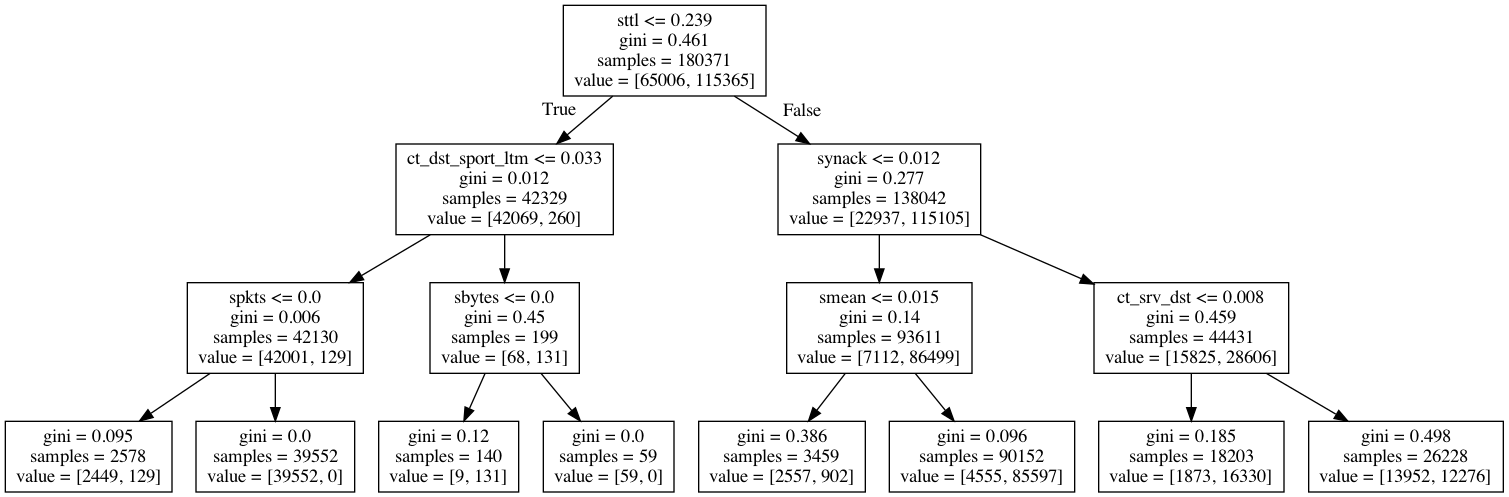
Earlier version of the Graphviz export 5.ML_Models/baseline/images/decisionTree.png (divyaKh/CMPE255Project). Its source is kept beside it as 5.ML_Models/baseline/images/decisionTree.dot.
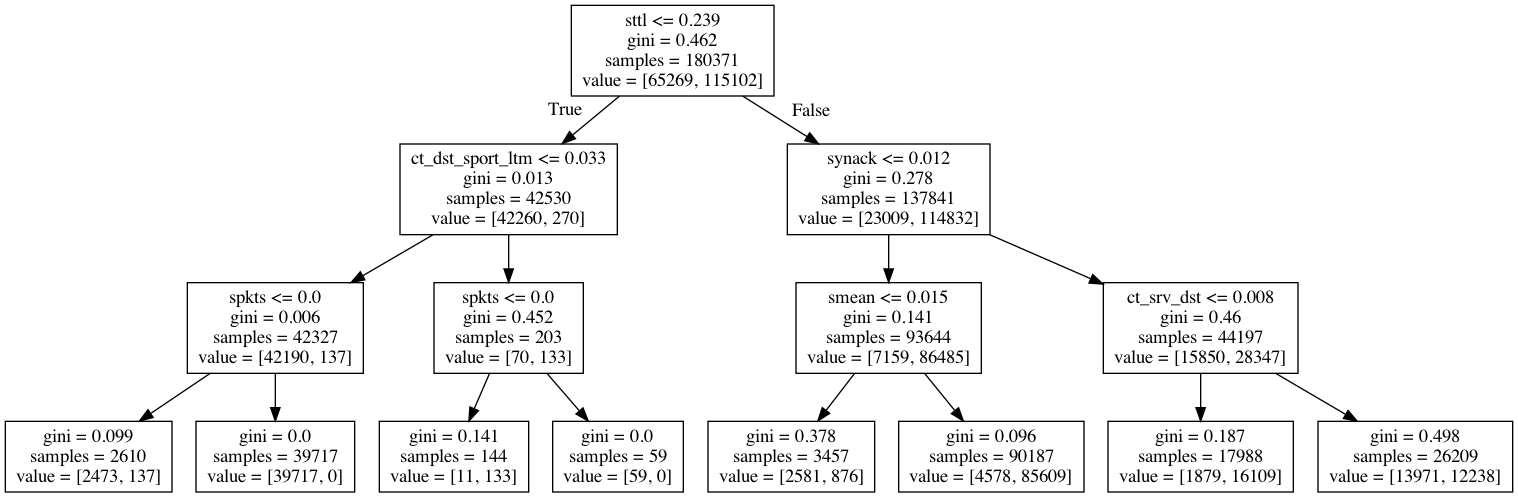
After the change.

Commit message:
train decision tree with preprocessed csv files

What changed in the source:
```diff
@@ -1,32 +1,32 @@
 digraph Tree {
 node [shape=box] ;
-0 [label="sttl <= 0.239\ngini = 0.461\nsamples = 180371\nvalue = [65006, 115365]"] ;
-1 [label="ct_dst_sport_ltm <= 0.033\ngini = 0.012\nsamples = 42329\nvalue = [42069, 260]"] ;
+0 [label="sttl <= 0.239\ngini = 0.462\nsamples = 180371\nvalue = [65269, 115102]"] ;
+1 [label="ct_dst_sport_ltm <= 0.033\ngini = 0.013\nsamples = 42530\nvalue = [42260, 270]"] ;
 0 -> 1 [labeldistance=2.5, labelangle=45, headlabel="True"] ;
-2 [label="spkts <= 0.0\ngini = 0.006\nsamples = 42130\nvalue = [42001, 129]"] ;
+2 [label="spkts <= 0.0\ngini = 0.006\nsamples = 42327\nvalue = [42190, 137]"] ;
 1 -> 2 ;
-3 [label="gini = 0.095\nsamples = 2578\nvalue = [2449, 129]"] ;
+3 [label="gini = 0.099\nsamples = 2610\nvalue = [2473, 137]"] ;
 2 -> 3 ;
-4 [label="gini = 0.0\nsamples = 39552\nvalue = [39552, 0]"] ;
+4 [label="gini = 0.0\nsamples = 39717\nvalue = [39717, 0]"] ;
 2 -> 4 ;
-5 [label="sbytes <= 0.0\ngini = 0.45\nsamples = 199\nvalue = [68, 131]"] ;
+5 [label="spkts <= 0.0\ngini = 0.452\nsamples = 203\nvalue = [70, 133]"] ;
 1 -> 5 ;
-6 [label="gini = 0.12\nsamples = 140\nvalue = [9, 131]"] ;
+6 [label="gini = 0.141\nsamples = 144\nvalue = [11, 133]"] ;
 5 -> 6 ;
 7 [label="gini = 0.0\nsamples = 59\nvalue = [59, 0]"] ;
 5 -> 7 ;
-8 [label="synack <= 0.012\ngini = 0.277\nsamples = 138042\nvalue = [22937, 115105]"] ;
+8 [label="synack <= 0.012\ngini = 0.278\nsamples = 137841\nvalue = [23009, 114832]"] ;
 0 -> 8 [labeldistance=2.5, labelangle=-45, headlabel="False"] ;
-9 [label="smean <= 0.015\ngini = 0.14\nsamples = 93611\nvalue = [7112, 86499]"] ;
+9 [label="smean <= 0.015\ngini = 0.141\nsamples = 93644\nvalue = [7159, 86485]"] ;
 8 -> 9 ;
-10 [label="gini = 0.386\nsamples = 3459\nvalue = [2557, 902]"] ;
+10 [label="gini = 0.378\nsamples = 3457\nvalue = [2581, 876]"] ;
 9 -> 10 ;
-11 [label="gini = 0.096\nsamples = 90152\nvalue = [4555, 85597]"] ;
+11 [label="gini = 0.096\nsamples = 90187\nvalue = [4578, 85609]"] ;
 9 -> 11 ;
-12 [label="ct_srv_dst <= 0.008\ngini = 0.459\nsamples = 44431\nvalue = [15825, 28606]"] ;
+12 [label="ct_srv_dst <= 0.008\ngini = 0.46\nsamples = 44197\nvalue = [15850, 28347]"] ;
 8 -> 12 ;
-13 [label="gini = 0.185\nsamples = 18203\nvalue = [1873, 16330]"] ;
+13 [label="gini = 0.187\nsamples = 17988\nvalue = [1879, 16109]"] ;
 12 -> 13 ;
-14 [label="gini = 0.498\nsamples = 26228\nvalue = [13952, 12276]"] ;
+14 [label="gini = 0.498\nsamples = 26209\nvalue = [13971, 12238]"] ;
 12 -> 14 ;
 }
```
